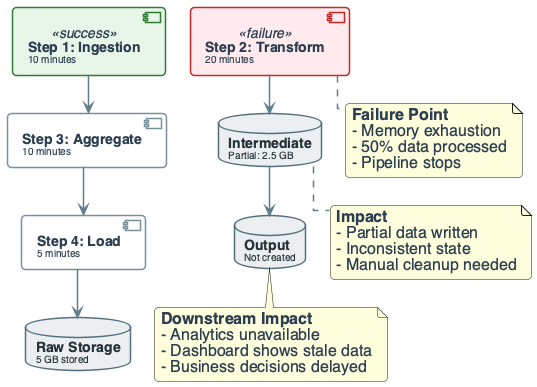
Before: diagrams/week01/week1_lecture_slide35_failure.png, a diagram exported from PlantUML (OrPerets/data-engineering-course). Its diagram source:
```plantuml
@startuml

top to bottom direction
skinparam linetype ortho
skinparam shadowing false
skinparam roundcorner 8
skinparam handwritten false
skinparam nodesep 24
skinparam ranksep 28

skinparam defaultFontName "Segoe UI, Helvetica, sans-serif"
skinparam defaultFontSize 16
skinparam defaultFontColor #2C3E50

skinparam rectangle {
    BackgroundColor #F8F9FA
    BorderColor #90A4AE
    BorderThickness 2
    FontColor #263238
    FontSize 14
    FontStyle bold
    Padding 20
}

skinparam component {
    BackgroundColor #FFFFFF
    BorderColor #78909C
    BorderThickness 1.5
    FontSize 14
    Padding 12
}

skinparam database {
    BackgroundColor #ECEFF1
    BorderColor #546E7A
    BorderThickness 1.5
    FontSize 14
    FontColor #263238
}

skinparam arrow {
    Color #607D8B
    Thickness 1.5
    FontSize 11
    FontColor #546E7A
}

skinparam component<<UI>> {
    BorderColor #8E24AA
    BackgroundColor #F3E5F5
    FontColor #4A148C
}

skinparam component<<Agent>> {
    BorderColor #0288D1
    BackgroundColor #E1F5FE
    FontColor #01579B
}

skinparam component<<Tool>> {
    BorderColor #2E7D32
    BackgroundColor #E8F5E9
    FontColor #1B5E20
}

skinparam component<<Config>> {
    BorderColor #F57C00
    BackgroundColor #FFF3E0
    FontColor #E65100
}

skinparam component<<Bad>> {
    BorderColor #C62828
    BackgroundColor #FFEBEE
    FontColor #B71C1C
}

skinparam component<<V1>> {
    BorderColor #F57C00
    BackgroundColor #FFF3E0
    FontColor #E65100
}

skinparam component<<V2>> {
    BorderColor #2E7D32
    BackgroundColor #E8F5E9
    FontColor #1B5E20
}

skinparam component<<up>> {
    BackgroundColor #E8F5E9
    BorderColor #2E7D32
}

skinparam component<<down>> {
    BackgroundColor #FFEBEE
    BorderColor #C62828
}

skinparam database<<up>> {
    BackgroundColor #E8F5E9
    BorderColor #2E7D32
}

skinparam database<<down>> {
    BackgroundColor #FFEBEE
    BorderColor #C62828
}

skinparam component<<success>> {
    BackgroundColor #E8F5E9
    BorderColor #2E7D32
}

skinparam component<<failure>> {
    BackgroundColor #FFEBEE
    BorderColor #C62828
}



component "**Step 1: Ingestion**\n<size:10>10 minutes</size>" as STEP1 <<success>>
component "**Step 2: Transform**\n<size:10>20 minutes</size>" as STEP2 <<failure>>

component "**Step 3: Aggregate**\n<size:10>10 minutes</size>" as STEP3
database "**Intermediate**\n<size:10>Partial: 2.5 GB</size>" as INTERMEDIATE

component "**Step 4: Load**\n<size:10>5 minutes</size>" as STEP4
database "**Output**\n<size:10>Not created</size>" as OUTPUT

database "**Raw Storage**\n<size:10>5 GB stored</size>" as RAW

STEP1 -[hidden]right- STEP2

STEP1 --> STEP3
STEP3 --> STEP4
STEP4 --> RAW

STEP2 --> INTERMEDIATE
INTERMEDIATE --> OUTPUT

note bottom of STEP2
  **Failure Point**
  - Memory exhaustion
  - 50% data processed
  - Pipeline stops
end note

note bottom of INTERMEDIATE
  **Impact**
  - Partial data written
  - Inconsistent state
  - Manual cleanup needed
end note

note bottom of OUTPUT
  **Downstream Impact**
  - Analytics unavailable
  - Dashboard shows stale data
  - Business decisions delayed
end note

@enduml
```
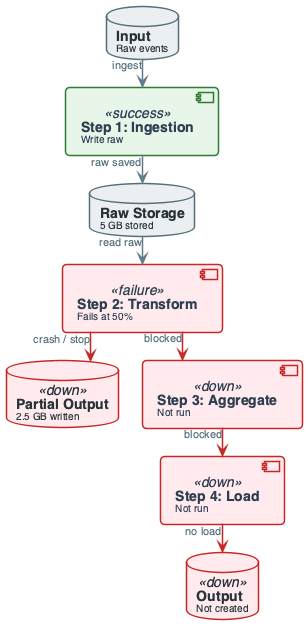
After the commit.

What changed in the source:
```diff
@@ -118,46 +118,23 @@
 }
 
 
-
-component "**Step 1: Ingestion**\n<size:10>10 minutes</size>" as STEP1 <<success>>
-component "**Step 2: Transform**\n<size:10>20 minutes</size>" as STEP2 <<failure>>
-
-component "**Step 3: Aggregate**\n<size:10>10 minutes</size>" as STEP3
-database "**Intermediate**\n<size:10>Partial: 2.5 GB</size>" as INTERMEDIATE
-
-component "**Step 4: Load**\n<size:10>5 minutes</size>" as STEP4
-database "**Output**\n<size:10>Not created</size>" as OUTPUT
-
+database "**Input**\n<size:10>Raw events</size>" as INPUT
+component "**Step 1: Ingestion**\n<size:10>Write raw</size>" as STEP1 <<success>>
 database "**Raw Storage**\n<size:10>5 GB stored</size>" as RAW
 
-STEP1 -[hidden]right- STEP2
+component "**Step 2: Transform**\n<size:10>Fails at 50%</size>" as STEP2 <<failure>>
+database "**Partial Output**\n<size:10>2.5 GB written</size>" as PARTIAL <<down>>
 
-STEP1 --> STEP3
-STEP3 --> STEP4
-STEP4 --> RAW
+component "**Step 3: Aggregate**\n<size:10>Not run</size>" as STEP3 <<down>>
+component "**Step 4: Load**\n<size:10>Not run</size>" as STEP4 <<down>>
+database "**Output**\n<size:10>Not created</size>" as OUTPUT <<down>>
 
-STEP2 --> INTERMEDIATE
-INTERMEDIATE --> OUTPUT
-
-note bottom of STEP2
-  **Failure Point**
-  - Memory exhaustion
-  - 50% data processed
-  - Pipeline stops
-end note
-
-note bottom of INTERMEDIATE
-  **Impact**
-  - Partial data written
-  - Inconsistent state
-  - Manual cleanup needed
-end note
-
-note bottom of OUTPUT
-  **Downstream Impact**
-  - Analytics unavailable
-  - Dashboard shows stale data
-  - Business decisions delayed
-end note
+INPUT --> STEP1 : "ingest"
+STEP1 --> RAW : "raw saved"
+RAW --> STEP2 : "read raw"
+STEP2 -[#C62828]-> PARTIAL : "crash / stop"
+STEP2 -[#C62828]-> STEP3 : "blocked"
+STEP3 -[#C62828]-> STEP4 : "blocked"
+STEP4 -[#C62828]-> OUTPUT : "no load"
 
 @enduml
```
